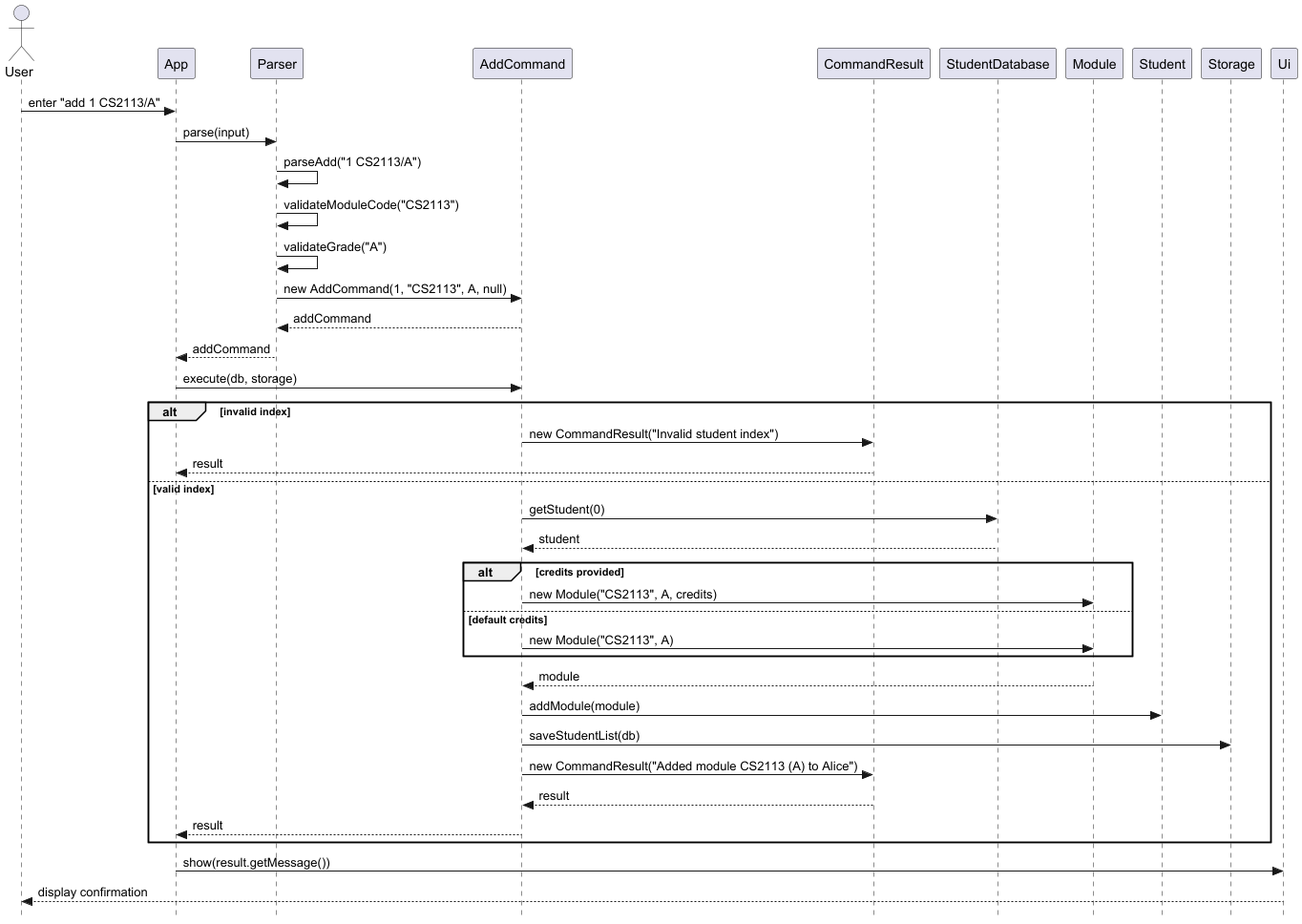
Before: docs/images/AddCommandSequence.png, a diagram exported from PlantUML (AgaraNUS/tp). The source it was exported from:
```plantuml
@startuml AddCommandSequence
skinparam style strictuml
actor User

User -> App : enter "add 1 CS2113/A"
App -> Parser : parse(input)
Parser -> Parser : parseAdd("1 CS2113/A")
Parser -> Parser : validateModuleCode("CS2113")
Parser -> Parser : validateGrade("A")
Parser -> AddCommand : new AddCommand(1, "CS2113", A, null)
AddCommand --> Parser : addCommand
Parser --> App : addCommand
App -> AddCommand : execute(db, storage)

alt invalid index
    AddCommand -> CommandResult : new CommandResult("Invalid student index")
    CommandResult --> App : result
else valid index
    AddCommand -> StudentDatabase : getStudent(0)
    StudentDatabase --> AddCommand : student

    alt credits provided
        AddCommand -> Module : new Module("CS2113", A, credits)
    else default credits
        AddCommand -> Module : new Module("CS2113", A)
    end

    Module --> AddCommand : module
    AddCommand -> Student : addModule(module)
    AddCommand -> Storage : saveStudentList(db)
    AddCommand -> CommandResult : new CommandResult("Added module CS2113 (A) to Alice")
    CommandResult --> AddCommand : result
    AddCommand --> App : result
end

App -> Ui : show(result.getMessage())
Ui --> User : display confirmation
@enduml
```
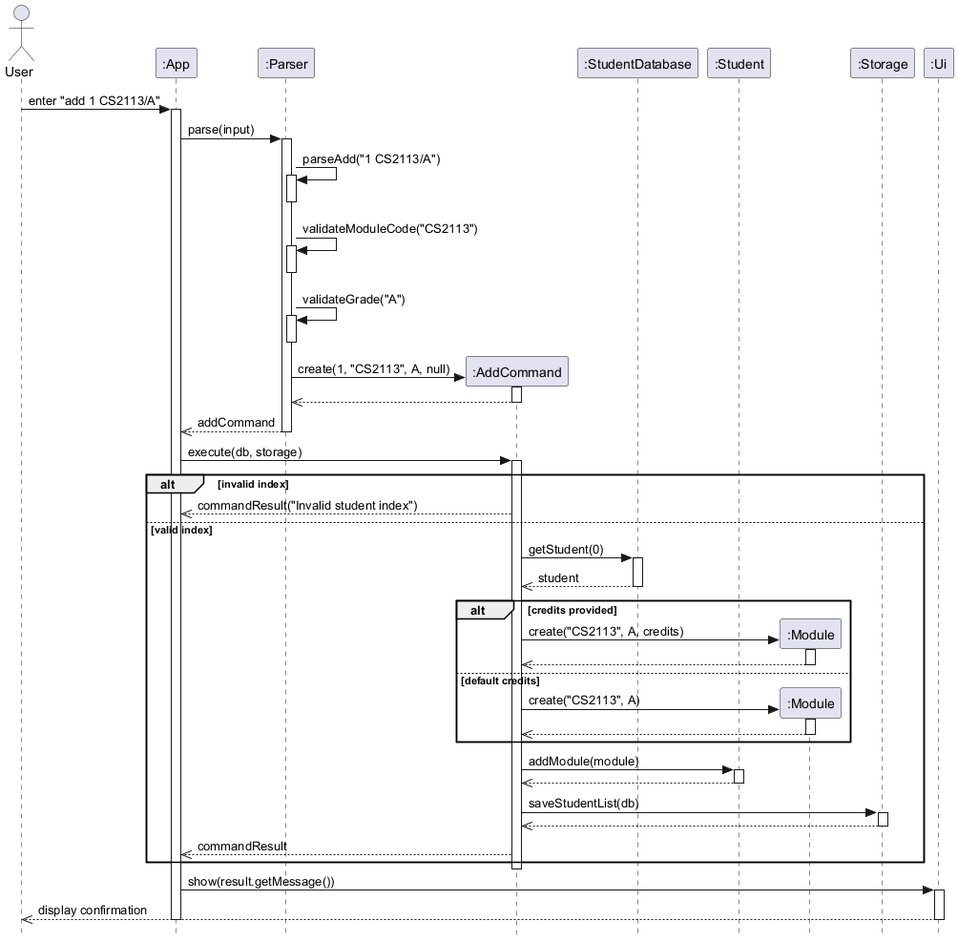
The same diagram one commit later.

Diff of the diagram source:
```diff
@@ -2,37 +2,72 @@
 skinparam style strictuml
 actor User
 
+participant ":App" as App
+participant ":Parser" as Parser
+participant ":AddCommand" as AddCommand
+participant ":StudentDatabase" as StudentDatabase
+participant ":Student" as Student
+participant ":Module" as Module
+participant ":Storage" as Storage
+participant ":Ui" as Ui
+
 User -> App : enter "add 1 CS2113/A"
+activate App
 App -> Parser : parse(input)
+activate Parser
 Parser -> Parser : parseAdd("1 CS2113/A")
+activate Parser
+deactivate Parser
 Parser -> Parser : validateModuleCode("CS2113")
+activate Parser
+deactivate Parser
 Parser -> Parser : validateGrade("A")
-Parser -> AddCommand : new AddCommand(1, "CS2113", A, null)
-AddCommand --> Parser : addCommand
-Parser --> App : addCommand
+activate Parser
+deactivate Parser
+Parser -> AddCommand ** : create(1, "CS2113", A, null)
+activate AddCommand
+AddCommand -->> Parser
+deactivate AddCommand
+Parser -->> App : addCommand
+deactivate Parser
 App -> AddCommand : execute(db, storage)
+activate AddCommand
 
 alt invalid index
-    AddCommand -> CommandResult : new CommandResult("Invalid student index")
-    CommandResult --> App : result
+    AddCommand -->> App : commandResult("Invalid student index")
 else valid index
     AddCommand -> StudentDatabase : getStudent(0)
-    StudentDatabase --> AddCommand : student
+    activate StudentDatabase
+    StudentDatabase -->> AddCommand : student
+    deactivate StudentDatabase
 
     alt credits provided
-        AddCommand -> Module : new Module("CS2113", A, credits)
+        AddCommand -> Module ** : create("CS2113", A, credits)
+        activate Module
+        Module -->> AddCommand
+        deactivate Module
     else default credits
-        AddCommand -> Module : new Module("CS2113", A)
+        AddCommand -> Module ** : create("CS2113", A)
+        activate Module
+        Module -->> AddCommand
+        deactivate Module
     end
 
-    Module --> AddCommand : module
     AddCommand -> Student : addModule(module)
+    activate Student
+    Student -->> AddCommand
+    deactivate Student
     AddCommand -> Storage : saveStudentList(db)
-    AddCommand -> CommandResult : new CommandResult("Added module CS2113 (A) to Alice")
-    CommandResult --> AddCommand : result
-    AddCommand --> App : result
+    activate Storage
+    Storage -->> AddCommand
+    deactivate Storage
+    AddCommand -->> App : commandResult
 end
+deactivate AddCommand
 
 App -> Ui : show(result.getMessage())
-Ui --> User : display confirmation
+activate Ui
+Ui -->> User : display confirmation
+deactivate Ui
+deactivate App
 @enduml
```
